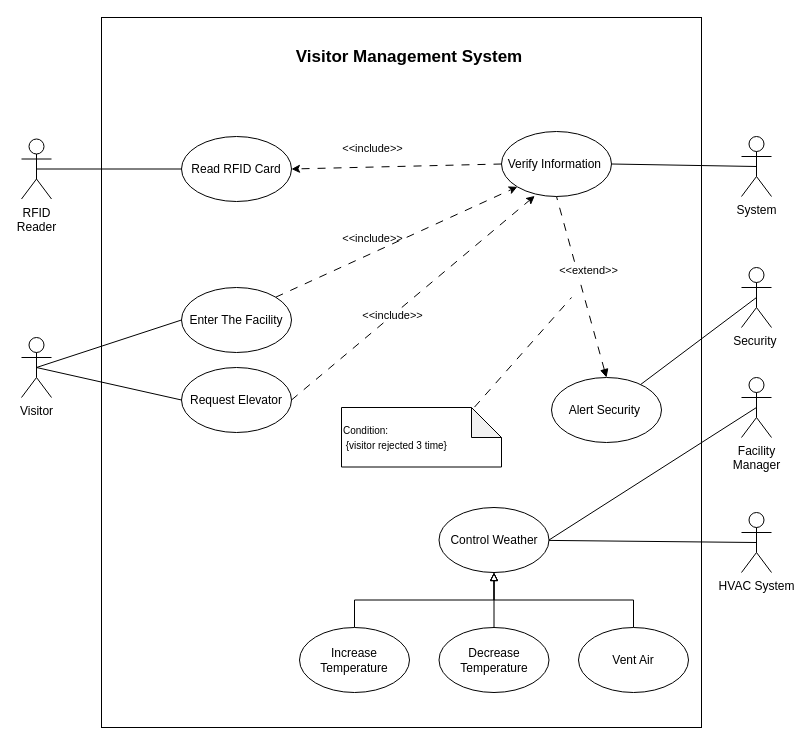
The draw.io diagram use_case_diagram.drawio.xml in Munirah97/SWE555-PROJECT, before the edit. Source tidied: cells renumbered, new cells numbered last; positions are measured from the earlier drawing's top-left corner, leaving out a move shared by most shapes. Both pictures are drawn from the tidied source at 100%, with x=0, y=0 at pixel (21, 17).
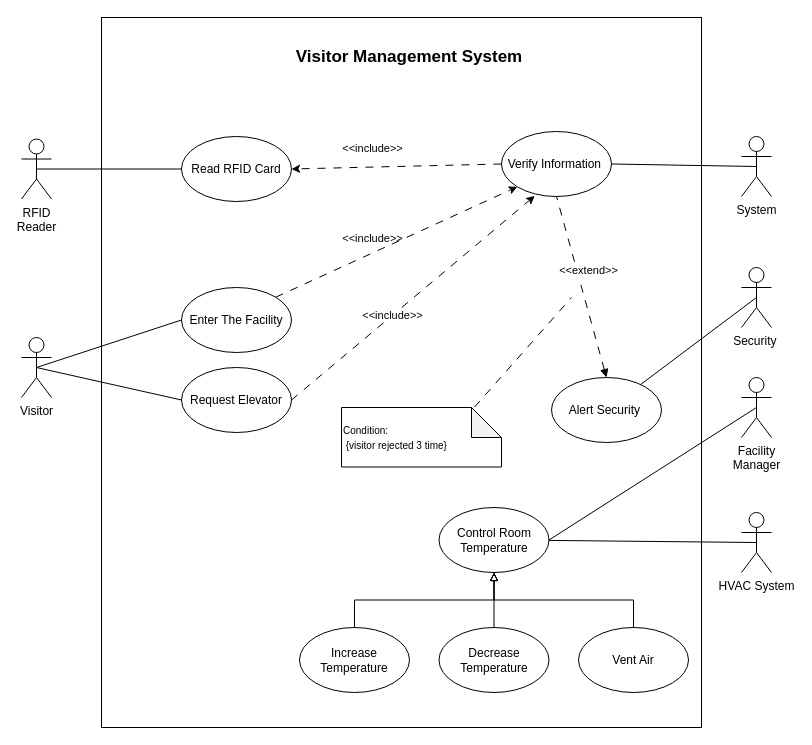
Above is the later version.

Commit message:
Update use case name

Diff of the diagram source:
```diff
@@
-    <mxCell id="18" value="Control Weather" style="ellipse;whiteSpace=wrap;html=1;" parent="1" vertex="1">
+    <mxCell id="18" value="Control Room Temperature" style="ellipse;whiteSpace=wrap;html=1;" parent="1" vertex="1">
       <mxGeometry x="417.5" y="490" width="110" height="65" as="geometry" />
     </mxCell>
```
